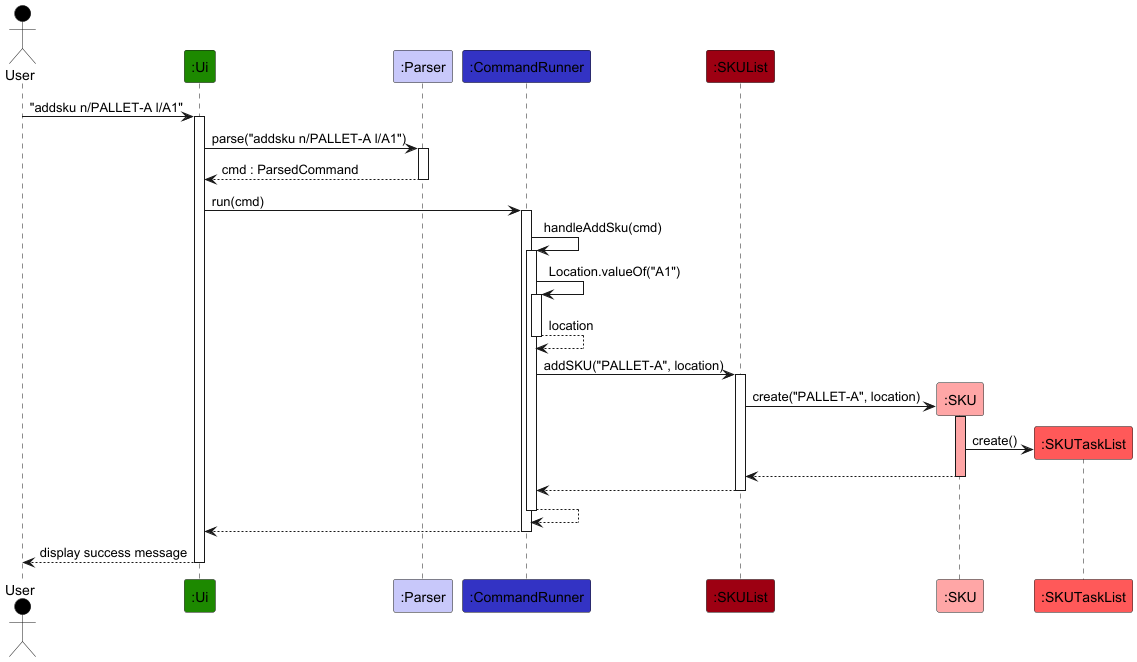
This is docs/plantUML/add-delete-sku/add-sku-sequence.png from AY2526S2-CS2113-W09-1/tp, a PlantUML export, as it was before one commit. Its diagram source:
```plantuml
@startuml
!include ../style.puml

Actor User as user USER_COLOR
Participant ":Ui" as ui UI_COLOR
Participant ":Parser" as parser LOGIC_COLOR_T1
Participant ":CommandRunner" as runner LOGIC_COLOR
Participant ":SKUList" as skuList MODEL_COLOR
Participant ":SKU" as sku MODEL_COLOR_T1
Participant ":SKUTaskList" as taskList MODEL_COLOR_T2

user -> ui ++ : "addsku n/PALLET-A l/A1"
ui -> parser ++ : parse("addsku n/PALLET-A l/A1")
return cmd : ParsedCommand

ui -> runner ++ : run(cmd)
runner -> runner ++ : handleAddSku(cmd)
runner -> runner ++ : Location.valueOf("A1")
return location

runner -> skuList ++ : addSKU("PALLET-A", location)
skuList -> sku ** : create("PALLET-A", location)
activate sku MODEL_COLOR_T1
sku -> taskList ** : create()
sku --> skuList
deactivate sku
return

return
return
return display success message
@enduml
```
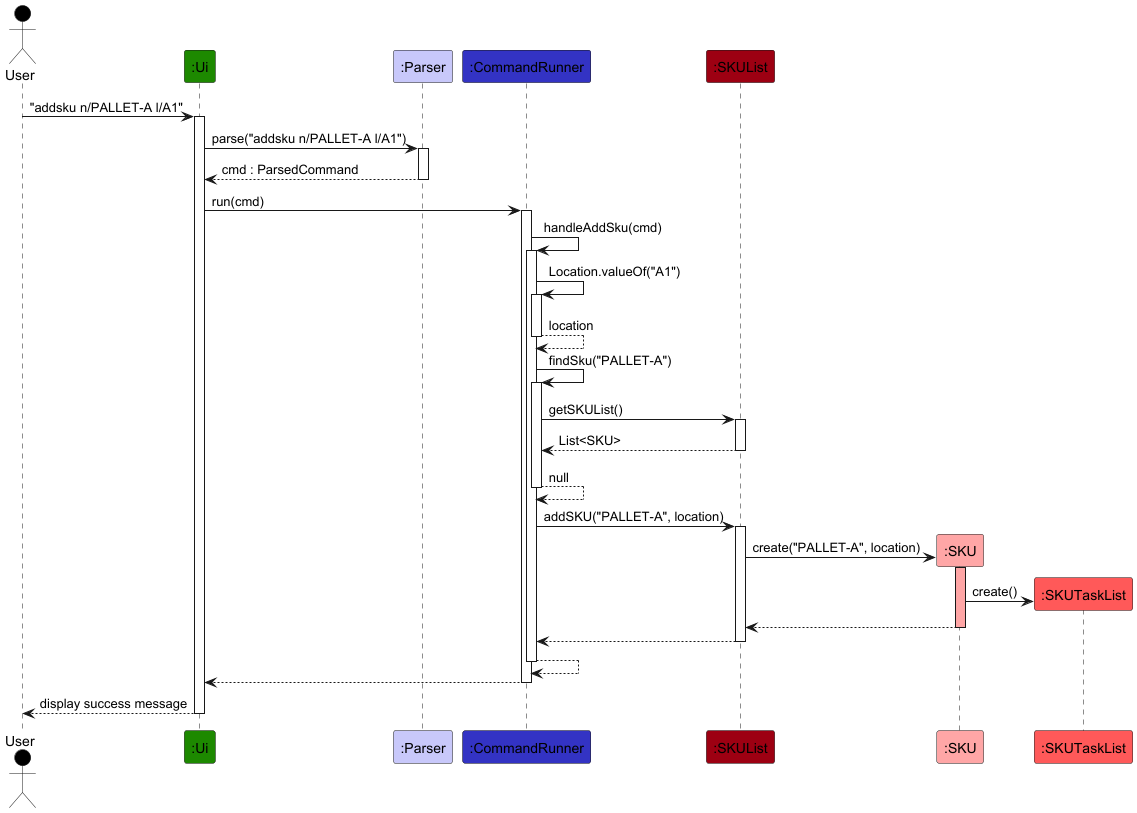
Later version of the same file.

Diff of the diagram source:
```diff
@@ -18,6 +18,11 @@
 runner -> runner ++ : Location.valueOf("A1")
 return location
 
+runner -> runner ++ : findSku("PALLET-A")
+runner -> skuList ++ : getSKUList()
+return List<SKU>
+return null
+
 runner -> skuList ++ : addSKU("PALLET-A", location)
 skuList -> sku ** : create("PALLET-A", location)
 activate sku MODEL_COLOR_T1
```
